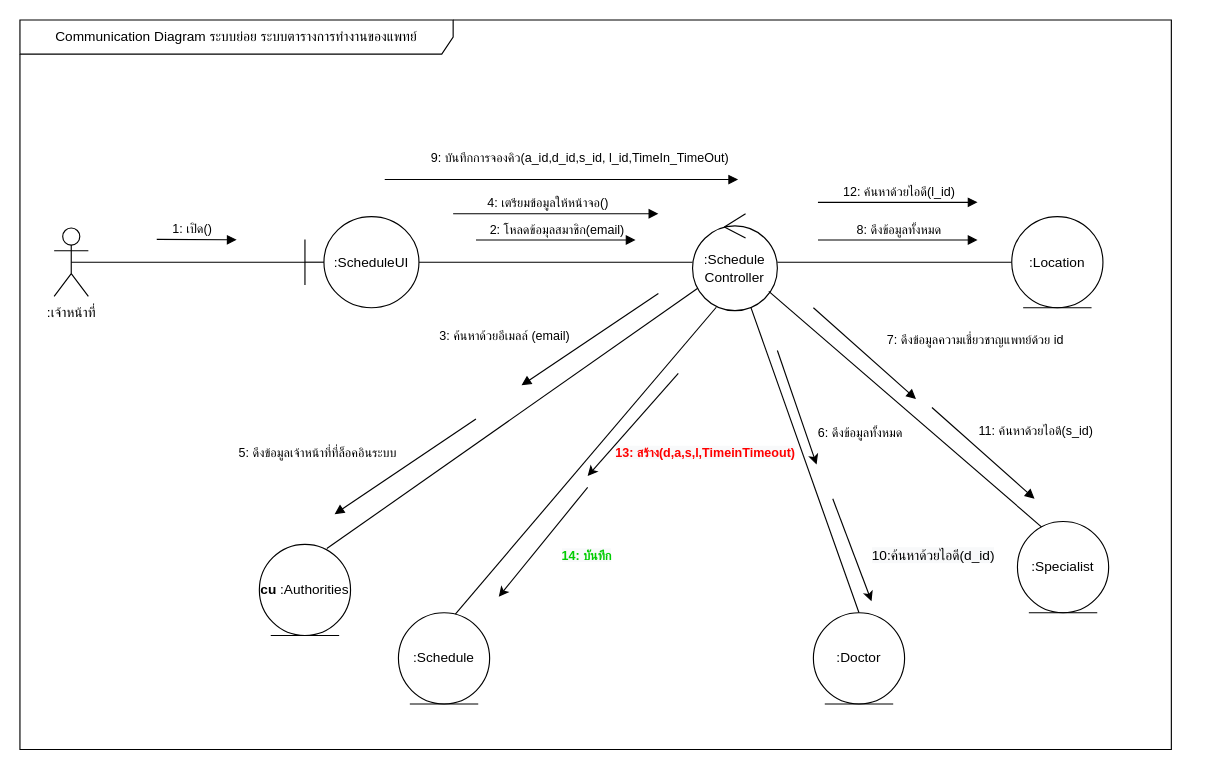
Earlier version of the draw.io diagram page "communication" (9 of 10) of ระบบนัดหมาย.drawio (nunpromporn/DoctorSchedule). Source tidied: cells renumbered, new cells numbered last; positions are measured from the earlier drawing's top-left corner, leaving out a move shared by most shapes. Both pictures are drawn from the tidied source at 114%, with x=0, y=0 at pixel (19, 19).
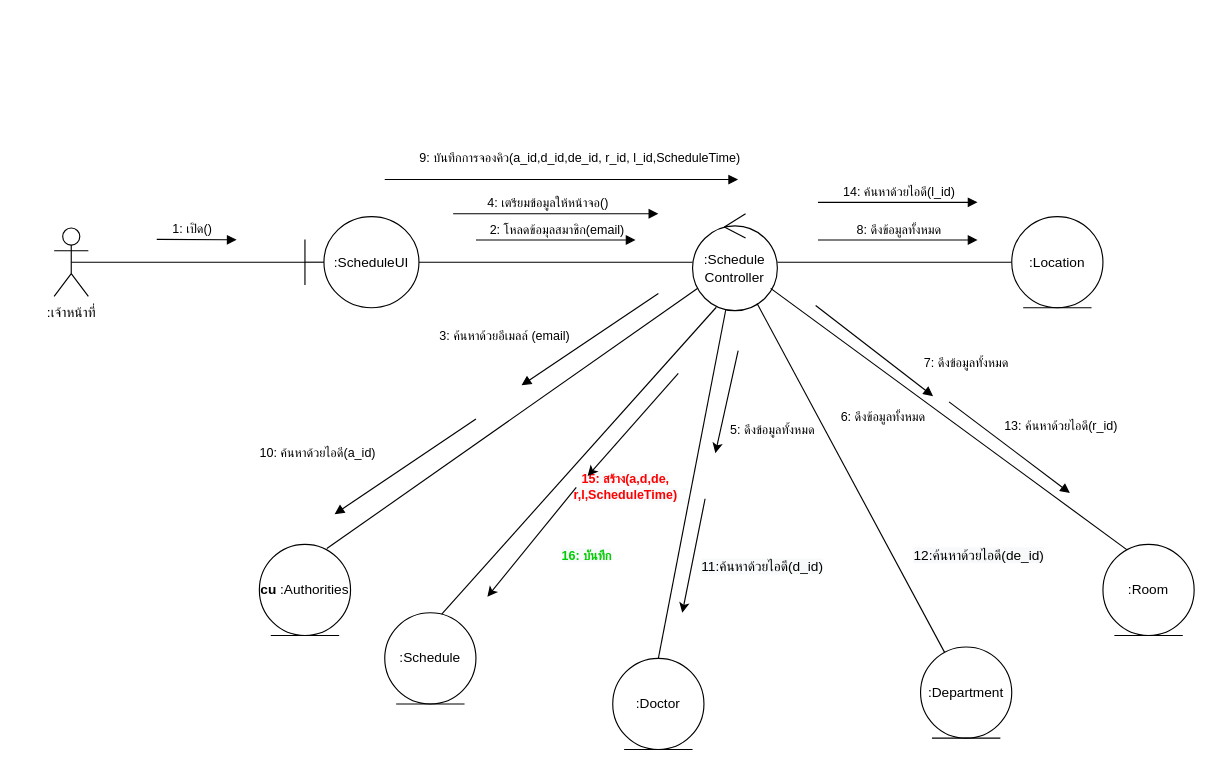
After the change.

Unchanged cells that the change refers to:
```xml
<mxCell id="7" value=":Schedule&lt;br&gt;Controller" style="ellipse;shape=umlControl;whiteSpace=wrap;html=1;" parent="1" vertex="1">
  <mxGeometry x="590" y="170" width="74.4" height="85" as="geometry" />
</mxCell>
<mxCell id="22" style="endArrow=block;html=1;rounded=0;endFill=1;" parent="1" edge="1">
  <mxGeometry relative="1" as="geometry">
    <mxPoint x="320" y="140" as="sourcePoint" />
    <mxPoint x="630" y="140" as="targetPoint" />
  </mxGeometry>
</mxCell>
<mxCell id="24" style="endArrow=none;html=1;rounded=0;endFill=0;startArrow=block;startFill=1;" parent="1" edge="1">
  <mxGeometry relative="1" as="geometry">
    <mxPoint x="440" y="320.5" as="sourcePoint" />
    <mxPoint x="560" y="240" as="targetPoint" />
  </mxGeometry>
</mxCell>
<mxCell id="37" style="endArrow=block;html=1;rounded=0;endFill=1;" parent="1" edge="1">
  <mxGeometry relative="1" as="geometry">
    <mxPoint x="700" y="160" as="sourcePoint" />
    <mxPoint x="840" y="160" as="targetPoint" />
  </mxGeometry>
</mxCell>
```

Diff of the diagram source:
```diff
@@
-    <mxCell id="2" value="Communication Diagram ระบบย่อย ระบบตารางการทำงานของแพทย์" style="shape=umlFrame;whiteSpace=wrap;html=1;fontSize=12;width=380;height=30;" parent="1" vertex="1">
-      <mxGeometry width="1010" height="640" as="geometry" />
-    </mxCell>
@@
     <mxCell id="13" value=":Doctor" style="ellipse;shape=umlEntity;whiteSpace=wrap;html=1;" parent="1" vertex="1">
-      <mxGeometry x="696" y="520" width="80" height="80" as="geometry" />
+      <mxGeometry x="520" y="560" width="80" height="80" as="geometry" />
     </mxCell>
@@
-    <mxCell id="17" value=":Specialist" style="ellipse;shape=umlEntity;whiteSpace=wrap;html=1;" parent="1" vertex="1">
-      <mxGeometry x="875" y="440" width="80" height="80" as="geometry" />
+    <mxCell id="17" value=":Room" style="ellipse;shape=umlEntity;whiteSpace=wrap;html=1;" parent="1" vertex="1">
+      <mxGeometry x="950" y="460" width="80" height="80" as="geometry" />
     </mxCell>
@@
-    <mxCell id="23" value="9: บันทึกการจองคิว(a_id,d_id,s_id, l_id,TimeIn_TimeOut)" style="edgeLabel;html=1;align=center;verticalAlign=middle;" parent="22" vertex="1">
+    <mxCell id="23" value="9: บันทึกการจองคิว(a_id,d_id,de_id, r_id, l_id,ScheduleTime)" style="edgeLabel;html=1;align=center;verticalAlign=middle;" parent="22" vertex="1">
       <mxGeometry x="-0.4" y="1" relative="1" as="geometry">
         <mxPoint x="77" y="-19" as="offset" />
       </mxGeometry>
     </mxCell>
@@
-    <mxCell id="26" value="5: ดึงข้อมูลเจ้าหน้าที่ที่ล็อคอินระบบ" style="edgeLabel;html=1;align=center;verticalAlign=middle;" parent="24" vertex="1">
+    <mxCell id="26" value="10: ค้นหาด้วยไอดี(a_id)" style="edgeLabel;html=1;align=center;verticalAlign=middle;" parent="24" vertex="1">
       <mxGeometry x="0.18" y="-1" relative="1" as="geometry">
         <mxPoint x="-251" y="106" as="offset" />
       </mxGeometry>
     </mxCell>
-    <mxCell id="27" value="&lt;b style=&quot;background-color: rgb(248, 249, 250);&quot;&gt;&lt;font color=&quot;#ff0000&quot;&gt;13: สร้าง(d,a,s,l,TimeinTimeout&lt;/font&gt;&lt;/b&gt;&lt;b style=&quot;background-color: rgb(248, 249, 250);&quot;&gt;&lt;font color=&quot;#ff0000&quot;&gt;)&lt;/font&gt;&lt;/b&gt;" style="edgeLabel;html=1;align=center;verticalAlign=middle;" parent="24" vertex="1">
+    <mxCell id="27" value="&lt;b style=&quot;background-color: rgb(248, 249, 250);&quot;&gt;&lt;font color=&quot;#ff0000&quot;&gt;15: สร้าง(a,d,de,&lt;br&gt;r,l,ScheduleTime&lt;/font&gt;&lt;/b&gt;&lt;b style=&quot;background-color: rgb(248, 249, 250);&quot;&gt;&lt;font color=&quot;#ff0000&quot;&gt;)&lt;/font&gt;&lt;/b&gt;" style="edgeLabel;html=1;align=center;verticalAlign=middle;" parent="24" vertex="1">
       <mxGeometry x="0.18" y="-1" relative="1" as="geometry">
-        <mxPoint x="89" y="106" as="offset" />
+        <mxPoint x="19" y="136" as="offset" />
       </mxGeometry>
     </mxCell>
-    <mxCell id="28" value="&lt;b style=&quot;background-color: rgb(248, 249, 250);&quot;&gt;&lt;font color=&quot;#00cc00&quot;&gt;14: บันทึก&lt;/font&gt;&lt;/b&gt;" style="edgeLabel;html=1;align=center;verticalAlign=middle;" parent="24" vertex="1">
+    <mxCell id="28" value="&lt;b style=&quot;background-color: rgb(248, 249, 250);&quot;&gt;&lt;font color=&quot;#00cc00&quot;&gt;16: บันทึก&lt;/font&gt;&lt;/b&gt;" style="edgeLabel;html=1;align=center;verticalAlign=middle;" parent="24" vertex="1">
       <mxGeometry x="0.18" y="-1" relative="1" as="geometry">
         <mxPoint x="-15" y="196" as="offset" />
       </mxGeometry>
     </mxCell>
-    <mxCell id="29" value="&lt;span style=&quot;font-size: 12px; background-color: rgb(248, 249, 250);&quot;&gt;10:ค้นหาด้วยไอดี(d_id)&lt;/span&gt;" style="edgeLabel;html=1;align=center;verticalAlign=middle;" parent="24" vertex="1">
+    <mxCell id="29" value="&lt;span style=&quot;font-size: 12px; background-color: rgb(248, 249, 250);&quot;&gt;11:ค้นหาด้วยไอดี(d_id)&lt;/span&gt;" style="edgeLabel;html=1;align=center;verticalAlign=middle;" parent="24" vertex="1">
       <mxGeometry x="0.18" y="-1" relative="1" as="geometry">
-        <mxPoint x="289" y="196" as="offset" />
+        <mxPoint x="139" y="206" as="offset" />
       </mxGeometry>
     </mxCell>
+    <mxCell id="47" value="&lt;span style=&quot;font-size: 12px; background-color: rgb(248, 249, 250);&quot;&gt;12:ค้นหาด้วยไอดี(de_id)&lt;/span&gt;" style="edgeLabel;html=1;align=center;verticalAlign=middle;" parent="24" vertex="1">
+      <mxGeometry x="0.18" y="-1" relative="1" as="geometry">
+        <mxPoint x="329" y="196" as="offset" />
+      </mxGeometry>
+    </mxCell>
@@
     <mxCell id="32" style="endArrow=none;html=1;rounded=0;endFill=0;startArrow=block;startFill=1;" parent="1" edge="1">
       <mxGeometry relative="1" as="geometry">
-        <mxPoint x="786" y="332.5" as="sourcePoint" />
-        <mxPoint x="696" y="252.5" as="targetPoint" />
+        <mxPoint x="801" y="330" as="sourcePoint" />
+        <mxPoint x="698" y="250.5" as="targetPoint" />
       </mxGeometry>
     </mxCell>
-    <mxCell id="33" value="7: ดึงข้อมูลความเชี่ยวชาญแพทย์ด้วย id&amp;nbsp;&amp;nbsp;" style="edgeLabel;html=1;align=center;verticalAlign=middle;" parent="32" vertex="1">
+    <mxCell id="33" value="7: ดึงข้อมูลทั้งหมด" style="edgeLabel;html=1;align=center;verticalAlign=middle;" parent="32" vertex="1">
       <mxGeometry x="0.18" y="-1" relative="1" as="geometry">
-        <mxPoint x="107" y="-4" as="offset" />
+        <mxPoint x="89" y="18" as="offset" />
       </mxGeometry>
     </mxCell>
-    <mxCell id="34" value="6: ดึงข้อมูลทั้งหมด" style="edgeLabel;html=1;align=center;verticalAlign=middle;" parent="32" vertex="1">
+    <mxCell id="34" value="5: ดึงข้อมูลทั้งหมด" style="edgeLabel;html=1;align=center;verticalAlign=middle;" parent="32" vertex="1">
       <mxGeometry x="0.18" y="-1" relative="1" as="geometry">
-        <mxPoint x="3" y="77" as="offset" />
+        <mxPoint x="-81" y="77" as="offset" />
       </mxGeometry>
     </mxCell>
+    <mxCell id="48" value="6: ดึงข้อมูลทั้งหมด" style="edgeLabel;html=1;align=center;verticalAlign=middle;" parent="32" vertex="1">
+      <mxGeometry x="0.18" y="-1" relative="1" as="geometry">
+        <mxPoint x="16" y="65" as="offset" />
+      </mxGeometry>
+    </mxCell>
     <mxCell id="35" style="endArrow=none;html=1;rounded=0;endFill=0;startArrow=block;startFill=1;" parent="1" edge="1">
       <mxGeometry relative="1" as="geometry">
-        <mxPoint x="890" y="420" as="sourcePoint" />
-        <mxPoint x="800" y="340" as="targetPoint" />
+        <mxPoint x="921" y="415" as="sourcePoint" />
+        <mxPoint x="815" y="335" as="targetPoint" />
       </mxGeometry>
     </mxCell>
-    <mxCell id="36" value="11: ค้นหาด้วยไอดี(s_id)" style="edgeLabel;html=1;align=center;verticalAlign=middle;" parent="35" vertex="1">
+    <mxCell id="36" value="13: ค้นหาด้วยไอดี(r_id)" style="edgeLabel;html=1;align=center;verticalAlign=middle;" parent="35" vertex="1">
       <mxGeometry x="0.18" y="-1" relative="1" as="geometry">
         <mxPoint x="53" y="-12" as="offset" />
       </mxGeometry>
     </mxCell>
@@
-    <mxCell id="38" value="12: ค้นหาด้วยไอดี(l_id)" style="edgeLabel;html=1;align=center;verticalAlign=middle;" parent="37" vertex="1">
+    <mxCell id="38" value="14: ค้นหาด้วยไอดี(l_id)" style="edgeLabel;html=1;align=center;verticalAlign=middle;" parent="37" vertex="1">
       <mxGeometry x="-0.4" y="1" relative="1" as="geometry">
         <mxPoint x="28" y="-9" as="offset" />
       </mxGeometry>
     </mxCell>
@@
     <mxCell id="40" value=":Schedule" style="ellipse;shape=umlEntity;whiteSpace=wrap;html=1;" parent="1" vertex="1">
-      <mxGeometry x="332" y="520" width="80" height="80" as="geometry" />
+      <mxGeometry x="320" y="520" width="80" height="80" as="geometry" />
     </mxCell>
@@
     <mxCell id="42" style="endArrow=classic;html=1;rounded=0;" parent="1" edge="1">
       <mxGeometry relative="1" as="geometry">
-        <mxPoint x="498" y="410" as="sourcePoint" />
-        <mxPoint x="420" y="506" as="targetPoint" />
+        <mxPoint x="488" y="410" as="sourcePoint" />
+        <mxPoint x="410" y="506" as="targetPoint" />
       </mxGeometry>
     </mxCell>
-    <mxCell id="43" style="endArrow=classic;html=1;rounded=0;exitX=0.787;exitY=0.723;exitDx=0;exitDy=0;exitPerimeter=0;" parent="1" edge="1">
+    <mxCell id="43" style="endArrow=classic;html=1;rounded=0;" parent="1" edge="1">
       <mxGeometry relative="1" as="geometry">
-        <mxPoint x="713" y="420" as="sourcePoint" />
-        <mxPoint x="747" y="510" as="targetPoint" />
+        <mxPoint x="601" y="420" as="sourcePoint" />
+        <mxPoint x="581" y="520" as="targetPoint" />
       </mxGeometry>
     </mxCell>
     <mxCell id="44" style="endArrow=classic;html=1;rounded=0;" parent="1" edge="1">
       <mxGeometry relative="1" as="geometry">
-        <mxPoint x="664.4" y="290" as="sourcePoint" />
-        <mxPoint x="698.8" y="390" as="targetPoint" />
+        <mxPoint x="630" y="290" as="sourcePoint" />
+        <mxPoint x="610" y="380" as="targetPoint" />
       </mxGeometry>
     </mxCell>
@@
+    <mxCell id="49" value=":Department" style="ellipse;shape=umlEntity;whiteSpace=wrap;html=1;" parent="1" vertex="1">
+      <mxGeometry x="790" y="550" width="80" height="80" as="geometry" />
+    </mxCell>
+    <mxCell id="50" style="edgeStyle=none;rounded=0;jettySize=auto;html=1;endArrow=none;endFill=0;" parent="1" edge="1" source="49" target="7">
+      <mxGeometry relative="1" as="geometry" />
+    </mxCell>
```
